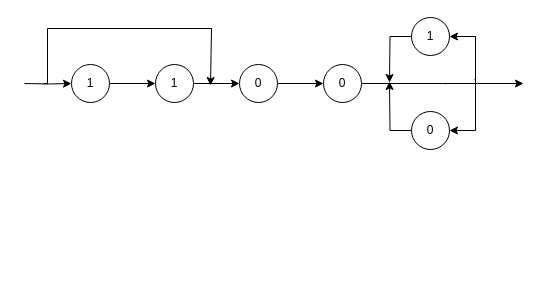
JoernWVSG/diagram keeps this draw.io diagram as Leistungsnachweise.drawio. Above is the earlier version. Source tidied: cells renumbered, new cells numbered last; positions are measured from the earlier drawing's top-left corner, leaving out a move shared by most shapes. Both pictures are drawn from the tidied source at 100%, with x=0, y=0 at pixel (24, 17).
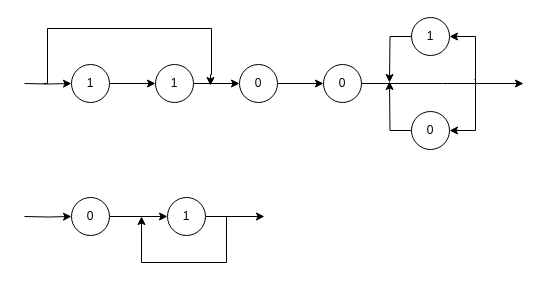
The same page after the edit.

Change to the diagram source:
```diff
@@
     <mxCell id="3" style="edgeStyle=orthogonalEdgeStyle;rounded=0;orthogonalLoop=1;jettySize=auto;html=1;" parent="1" edge="1">
       <mxGeometry relative="1" as="geometry">
         <mxPoint x="19" y="66" as="sourcePoint" />
         <mxPoint x="186" y="68" as="targetPoint" />
         <Array as="points">
           <mxPoint x="23" y="66" />
           <mxPoint x="23" y="11" />
           <mxPoint x="187" y="11" />
+          <mxPoint x="187" y="57" />
+          <mxPoint x="186" y="57" />
         </Array>
       </mxGeometry>
     </mxCell>
@@
+    <mxCell id="18" style="edgeStyle=orthogonalEdgeStyle;rounded=0;jettySize=auto;html=1;" parent="1" edge="1" source="19" target="22">
+      <mxGeometry relative="1" as="geometry" />
+    </mxCell>
+    <mxCell id="19" value="0" style="ellipse;whiteSpace=wrap;html=1;" parent="1" vertex="1">
+      <mxGeometry x="47" y="180" width="38" height="38" as="geometry" />
+    </mxCell>
+    <mxCell id="20" style="edgeStyle=orthogonalEdgeStyle;rounded=0;jettySize=auto;html=1;entryX=0;entryY=0.5;entryDx=0;entryDy=0;" parent="1" edge="1" target="19">
+      <mxGeometry relative="1" as="geometry">
+        <mxPoint y="199" as="sourcePoint" />
+      </mxGeometry>
+    </mxCell>
+    <mxCell id="21" style="edgeStyle=orthogonalEdgeStyle;rounded=0;jettySize=auto;html=1;" parent="1" edge="1" source="22">
+      <mxGeometry relative="1" as="geometry">
+        <mxPoint x="240" y="199" as="targetPoint" />
+      </mxGeometry>
+    </mxCell>
+    <mxCell id="22" value="1" style="ellipse;whiteSpace=wrap;html=1;" parent="1" vertex="1">
+      <mxGeometry x="143" y="180" width="38" height="38" as="geometry" />
+    </mxCell>
+    <mxCell id="23" style="edgeStyle=orthogonalEdgeStyle;rounded=0;orthogonalLoop=1;jettySize=auto;html=1;" parent="1" edge="1">
+      <mxGeometry relative="1" as="geometry">
+        <mxPoint x="202" y="199" as="sourcePoint" />
+        <mxPoint x="117" y="199" as="targetPoint" />
+        <Array as="points">
+          <mxPoint x="202" y="245" />
+          <mxPoint x="117" y="245" />
+        </Array>
+      </mxGeometry>
+    </mxCell>
```
